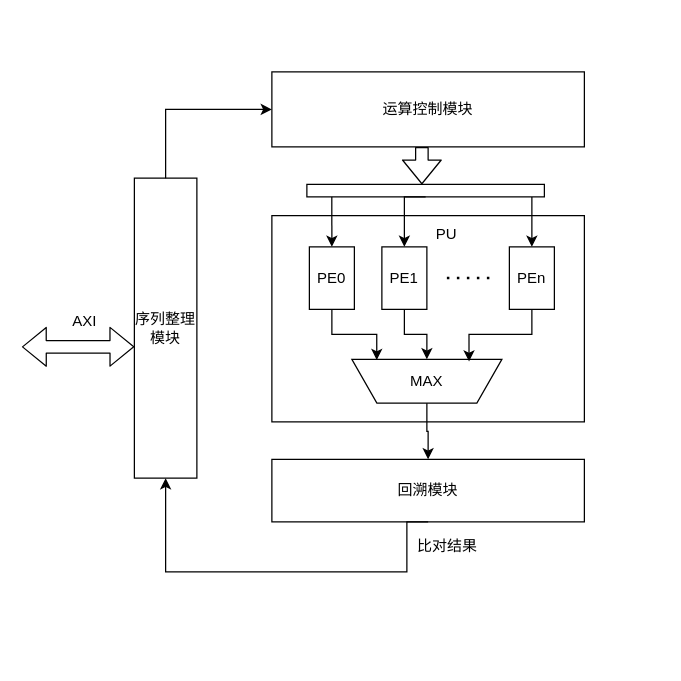
muguang123/drwaio keeps this draw.io diagram as page "整体架构" (19 of 19) of FPGA_output.drawio. Above is the earlier version. Source tidied: cells renumbered, new cells numbered last; positions are measured from the earlier drawing's top-left corner, leaving out a move shared by most shapes. Both pictures are drawn from the tidied source at 125%, with x=0, y=0 at pixel (21, 71).
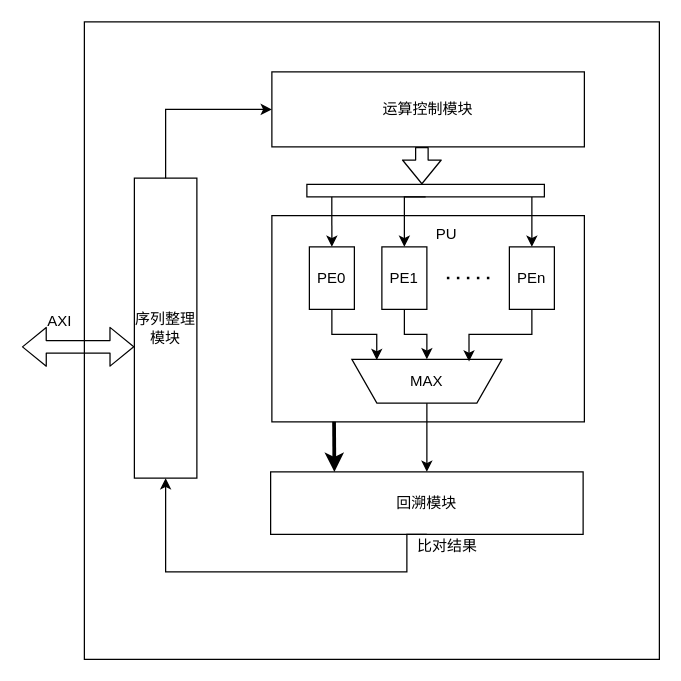
The same diagram, later.

The change refers to these unchanged cells:
```xml
<mxCell id="9" style="rounded=0;whiteSpace=wrap;html=1;fillColor=none;" parent="1" vertex="1">
  <mxGeometry x="200" y="115" width="250" height="165" as="geometry" />
</mxCell>
```

The edit, as a diff of the source:
```diff
@@
     <mxCell id="15" value="回溯模块" style="rounded=0;whiteSpace=wrap;html=1;fillColor=none;" parent="1" vertex="1">
-      <mxGeometry x="200" y="310" width="250" height="50" as="geometry" />
+      <mxGeometry x="199" y="320" width="250" height="50" as="geometry" />
     </mxCell>
@@
     <mxCell id="20" value="AXI" style="text;html=1;align=center;verticalAlign=middle;" parent="1" vertex="1">
-      <mxGeometry x="30" y="190" width="40" height="20" as="geometry" />
+      <mxGeometry x="10" y="190" width="40" height="20" as="geometry" />
     </mxCell>
@@
+    <mxCell id="26" style="rounded=0;whiteSpace=wrap;html=1;fillColor=none;" parent="1" vertex="1">
+      <mxGeometry x="50" y="-40" width="460" height="510" as="geometry" />
+    </mxCell>
+    <mxCell id="27" style="endArrow=classic;html=1;strokeWidth=3;entryX=0.204;entryY=0;entryDx=0;entryDy=0;entryPerimeter=0;exitX=0.199;exitY=0.999;exitDx=0;exitDy=0;exitPerimeter=0;" parent="1" edge="1" source="9" target="15">
+      <mxGeometry relative="1" as="geometry" />
+    </mxCell>
```
